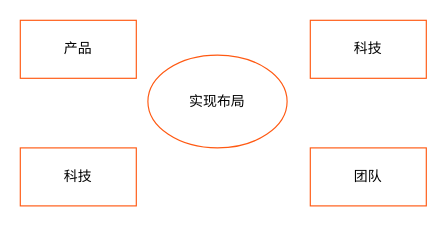
This is iam.drawio from ErnestDong/draw.io, a draw.io file, before an edit. Source tidied: cells renumbered, new cells numbered last; positions are measured from the earlier drawing's top-left corner, leaving out a move shared by most shapes. Both pictures are drawn from the tidied source at 116%, with x=0, y=0 at pixel (20, 20).
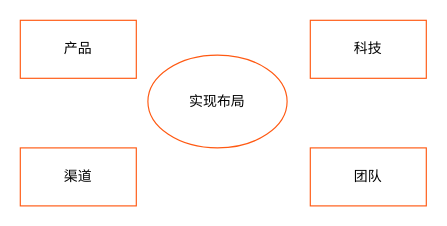
The same diagram, later.

What changed in the source:
```diff
@@
 <mxGraphModel>
   <root>
     <mxCell id="0" />
     <mxCell id="1" parent="0" />
     <mxCell id="2" value="实现布局" style="ellipse;whiteSpace=wrap;html=1;strokeColor=#FF5912;" parent="1" vertex="1">
       <mxGeometry x="110" y="30" width="120" height="80" as="geometry" />
     </mxCell>
-    <mxCell id="3" value="科技" style="rounded=0;whiteSpace=wrap;html=1;strokeColor=#FF5912;" parent="1" vertex="1">
+    <mxCell id="3" value="渠道" style="rounded=0;whiteSpace=wrap;html=1;strokeColor=#FF5912;" parent="1" vertex="1">
       <mxGeometry y="110" width="100" height="50" as="geometry" />
     </mxCell>
     <mxCell id="4" value="产品" style="rounded=0;whiteSpace=wrap;html=1;strokeColor=#FF5912;" parent="1" vertex="1">
       <mxGeometry width="100" height="50" as="geometry" />
     </mxCell>
     <mxCell id="5" value="团队" style="rounded=0;whiteSpace=wrap;html=1;strokeColor=#FF5912;" parent="1" vertex="1">
       <mxGeometry x="250" y="110" width="100" height="50" as="geometry" />
     </mxCell>
     <mxCell id="6" value="科技" style="rounded=0;whiteSpace=wrap;html=1;strokeColor=#FF5912;" parent="1" vertex="1">
       <mxGeometry x="250" width="100" height="50" as="geometry" />
     </mxCell>
   </root>
 </mxGraphModel>
```
